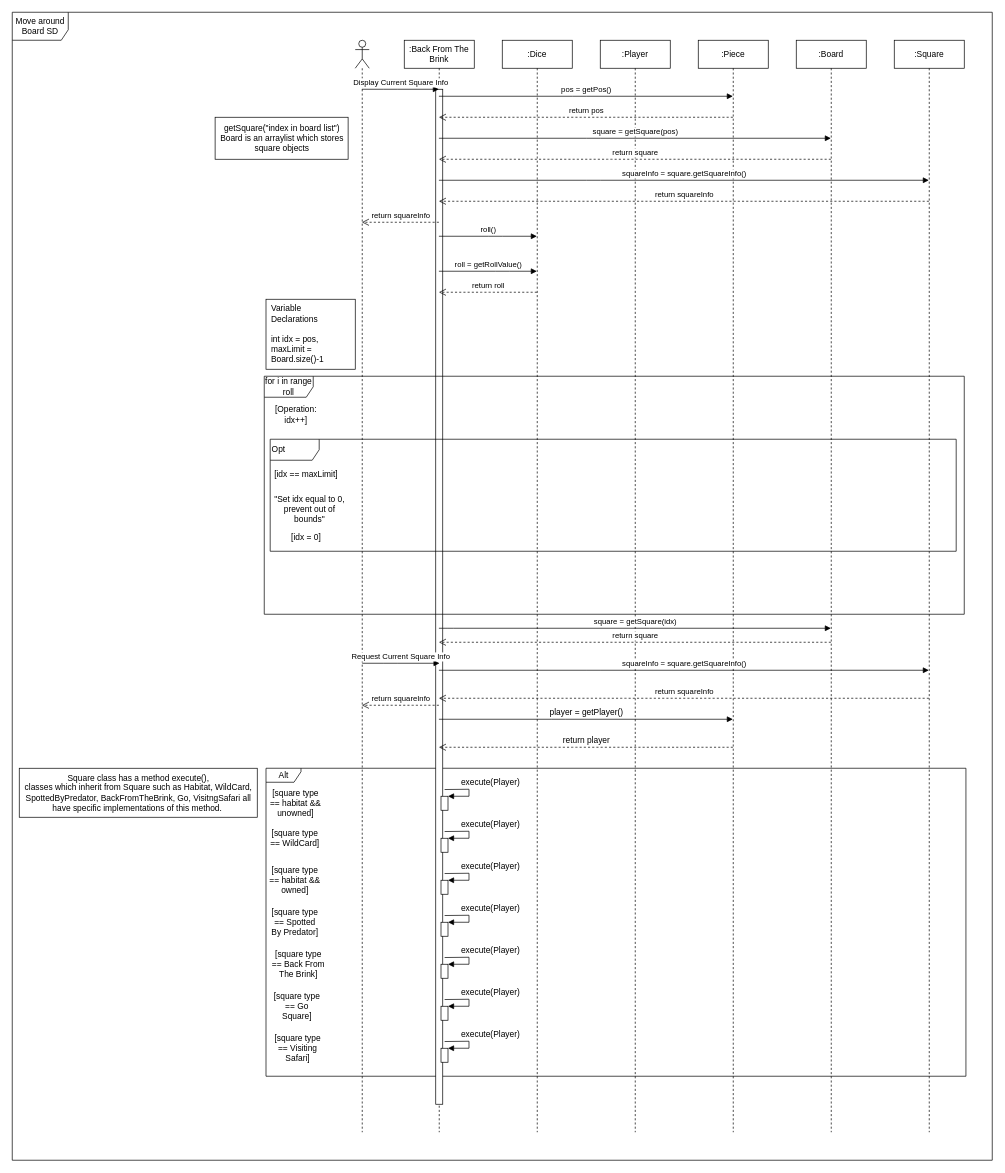
The draw.io diagram page "Page-1" (1 of 2) of Documentation/Sequence Diagrams/Move Around Board SD (draft).drawio in cmcgarry5/csc2058-2021-g25, before the edit. Source tidied: cells renumbered, new cells numbered last; positions are measured from the earlier drawing's top-left corner, leaving out a move shared by most shapes. Both pictures are drawn from the tidied source at 70%, with x=0, y=0 at pixel (12, 12).
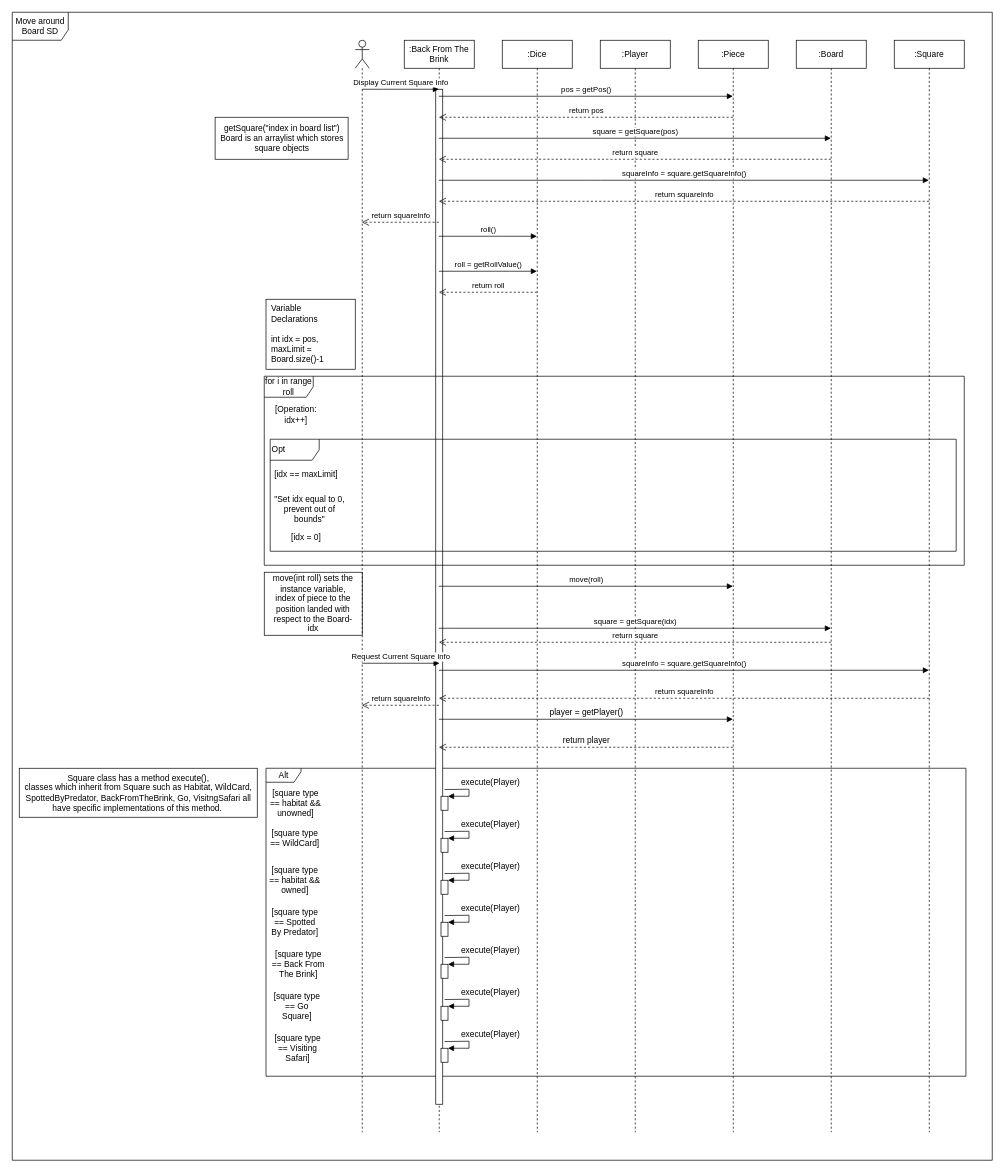
After the change.

Commit message:
More note additions (moving around board)

Unchanged cells that the change refers to:
```xml
<mxCell id="5" value=":Back From The Brink" style="shape=umlLifeline;perimeter=lifelinePerimeter;whiteSpace=wrap;html=1;outlineConnect=0;" parent="1" vertex="1">
  <mxGeometry x="560" y="40" width="100" height="1560" as="geometry" />
</mxCell>
<mxCell id="11" value=":Piece" style="shape=umlLifeline;perimeter=lifelinePerimeter;whiteSpace=wrap;html=1;outlineConnect=0;" parent="1" vertex="1">
  <mxGeometry x="980" y="40" width="100" height="1560" as="geometry" />
</mxCell>
```

What changed in the source:
```diff
@@
+    <mxCell id="70" value="Move around Board SD" style="shape=umlFrame;whiteSpace=wrap;html=1;fontSize=12;width=80;height=40;" parent="1" vertex="1">
+      <mxGeometry width="1400" height="1640" as="geometry" />
+    </mxCell>
+    <mxCell id="71" style="rounded=0;whiteSpace=wrap;html=1;" parent="1" vertex="1">
+      <mxGeometry x="360" y="800" width="140" height="90" as="geometry" />
+    </mxCell>
@@
     <mxCell id="26" value="for i in range roll" style="shape=umlFrame;whiteSpace=wrap;html=1;width=70;height=30;" parent="1" vertex="1">
-      <mxGeometry x="360" y="520" width="1000" height="340" as="geometry" />
+      <mxGeometry x="360" y="520" width="1000" height="270" as="geometry" />
     </mxCell>
@@
-    <mxCell id="70" value="Move around Board SD" style="shape=umlFrame;whiteSpace=wrap;html=1;fontSize=12;width=80;height=40;" parent="1" vertex="1">
-      <mxGeometry width="1400" height="1640" as="geometry" />
-    </mxCell>
+    <mxCell id="72" value="move(roll)" style="html=1;verticalAlign=bottom;endArrow=block;" parent="1" edge="1" source="5" target="11">
+      <mxGeometry relative="1" as="geometry" />
+    </mxCell>
+    <mxCell id="73" value="move(int roll) sets the instance variable, index of piece to the position landed with respect to the Board- idx" style="text;html=1;strokeColor=none;fillColor=none;align=center;verticalAlign=middle;whiteSpace=wrap;rounded=0;" parent="1" vertex="1">
+      <mxGeometry x="370" y="835" width="120" height="20" as="geometry" />
+    </mxCell>
```
